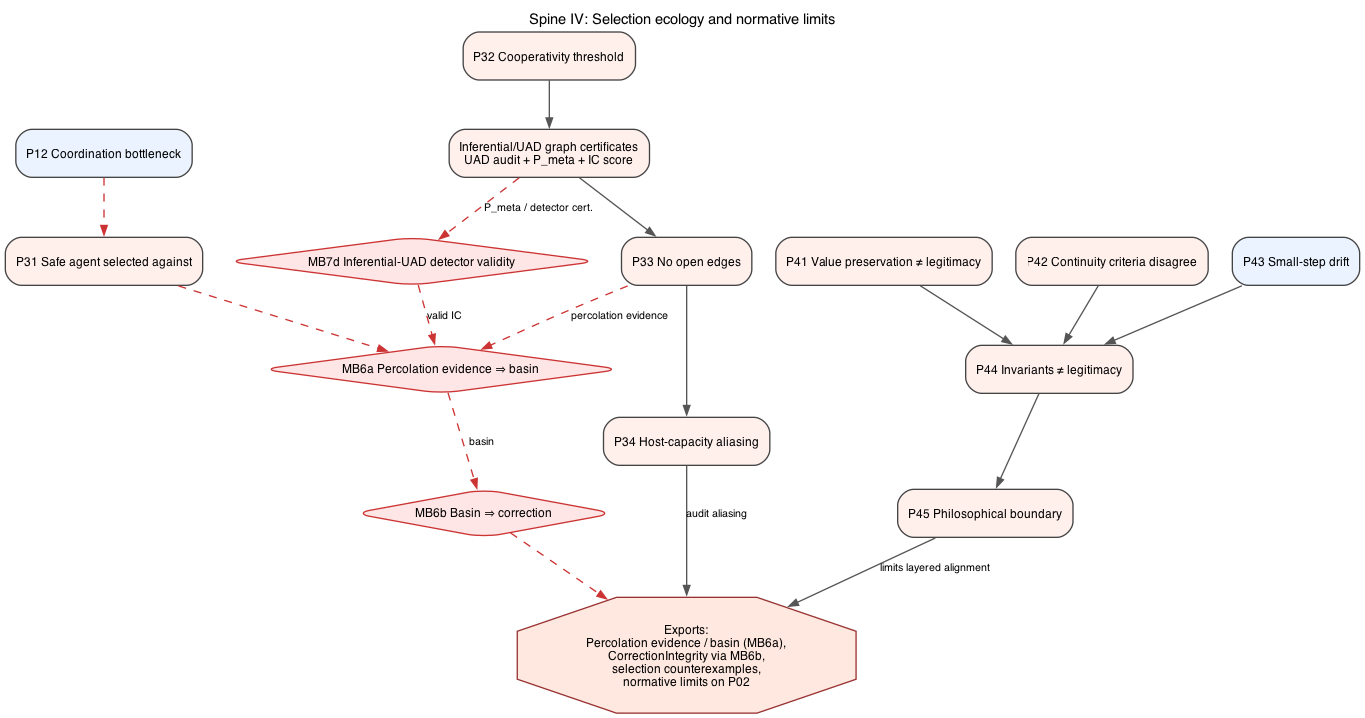
Before: figures/lean_proof/04-selection-limits.png, a diagram exported from Graphviz (GunnarZarncke/towards-asi-alignment). Its source is kept beside it as context/lean_proof_graphs/04-selection-limits.dot.
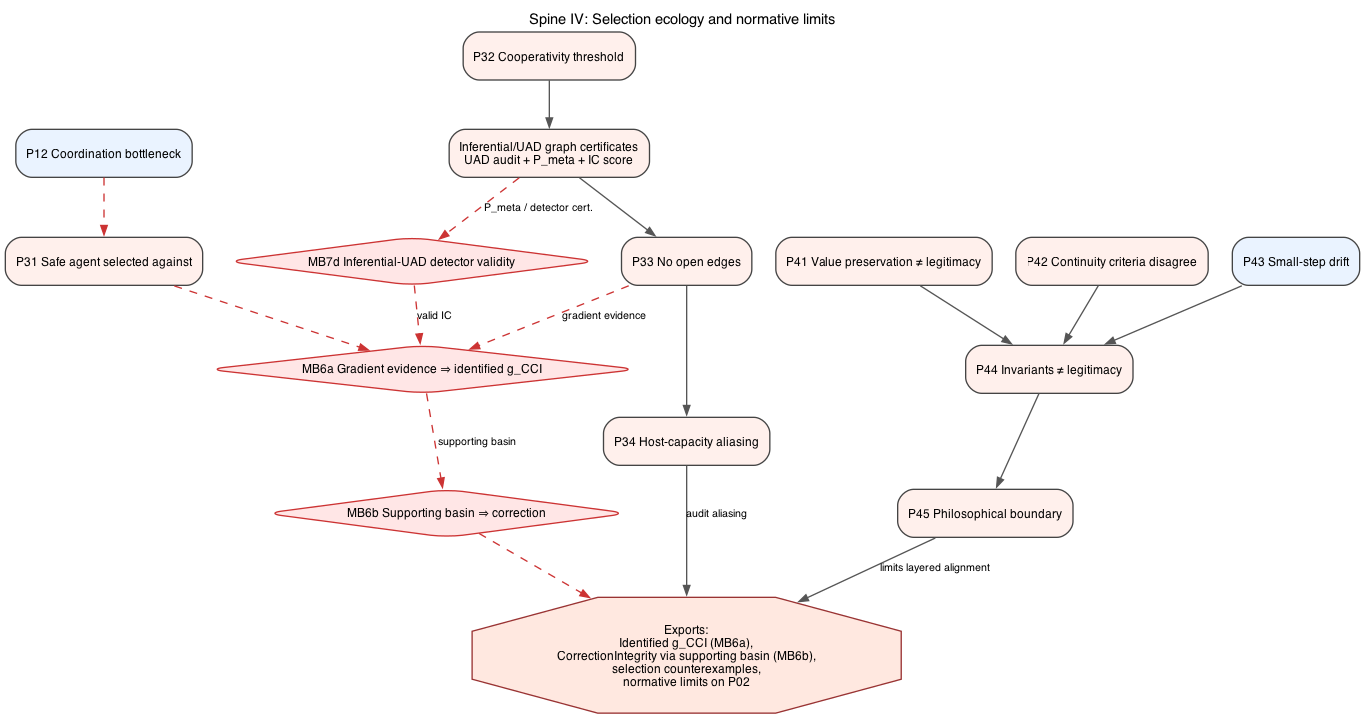
The same diagram one commit later.

What changed in the source:
```diff
@@ -24,19 +24,19 @@
   P44 [label="P44 Invariants ≠ legitimacy", fillcolor="#FFF0EC"];
   P45 [label="P45 Philosophical boundary", fillcolor="#FFF0EC"];
 
-  MB6a [shape=diamond, fillcolor="#FFE6E6", color="#CC3333", label="MB6a Percolation evidence ⇒ basin"];
-  MB6b [shape=diamond, fillcolor="#FFE6E6", color="#CC3333", label="MB6b Basin ⇒ correction"];
+  MB6a [shape=diamond, fillcolor="#FFE6E6", color="#CC3333", label="MB6a Gradient evidence ⇒ identified g_CCI"];
+  MB6b [shape=diamond, fillcolor="#FFE6E6", color="#CC3333", label="MB6b Supporting basin ⇒ correction"];
   MB7d [shape=diamond, fillcolor="#FFE6E6", color="#CC3333", label="MB7d Inferential-UAD detector validity"];
 
   OUT [shape=octagon, style="filled", fillcolor="#FFE8E0", color="#993333",
-       label="Exports:\nPercolation evidence / basin (MB6a),\nCorrectionIntegrity via MB6b,\nselection counterexamples,\nnormative limits on P02"];
+       label="Exports:\nIdentified g_CCI (MB6a),\nCorrectionIntegrity via supporting basin (MB6b),\nselection counterexamples,\nnormative limits on P02"];
 
   P12 -> P31 -> MB6a [style=dashed, color="#CC3333"];
   P32 -> PAC -> P33 -> P34;
   PAC -> MB7d [style=dashed, color="#CC3333", label="P_meta / detector cert."];
   MB7d -> MB6a [style=dashed, color="#CC3333", label="valid IC"];
-  P33 -> MB6a [style=dashed, color="#CC3333", label="percolation evidence"];
-  MB6a -> MB6b [style=dashed, color="#CC3333", label="basin"];
+  P33 -> MB6a [style=dashed, color="#CC3333", label="gradient evidence"];
+  MB6a -> MB6b [style=dashed, color="#CC3333", label="supporting basin"];
   P41 -> P44;
   P42 -> P44;
   P43 -> P44 -> P45;
```
